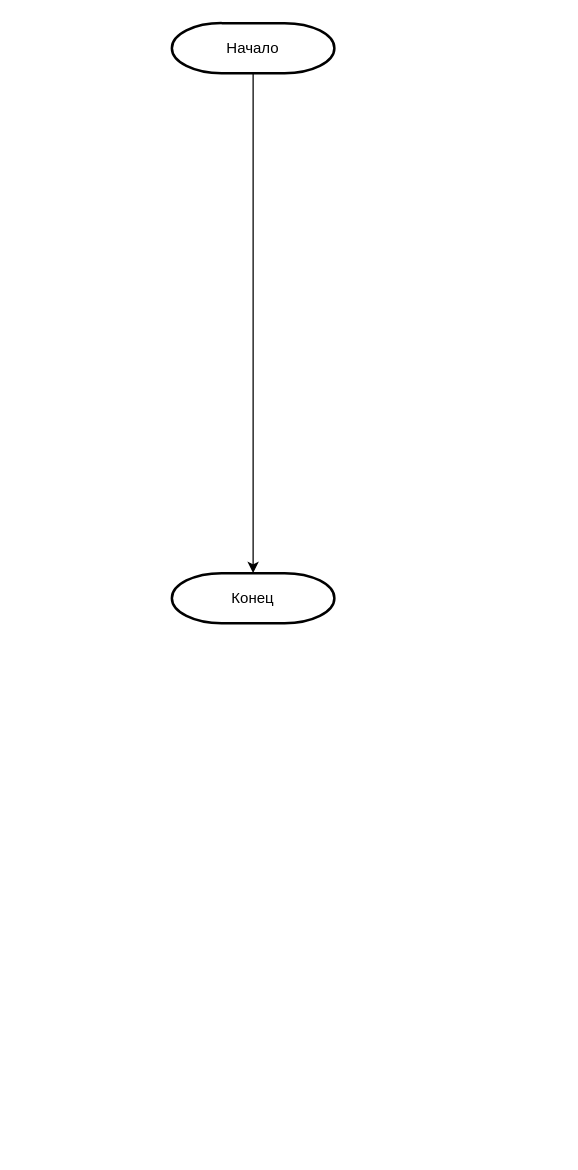
Earlier version of the draw.io diagram Algorithm_OPZ/(1. ВД) Алгоритм Генерация CAPEC.drawio (SmirnovBogdan8/Diplom). Source tidied: cells renumbered, new cells numbered last; positions are measured from the earlier drawing's top-left corner, leaving out a move shared by most shapes. Both pictures are drawn from the tidied source at 125%, with x=0, y=0 at pixel (171, 22).
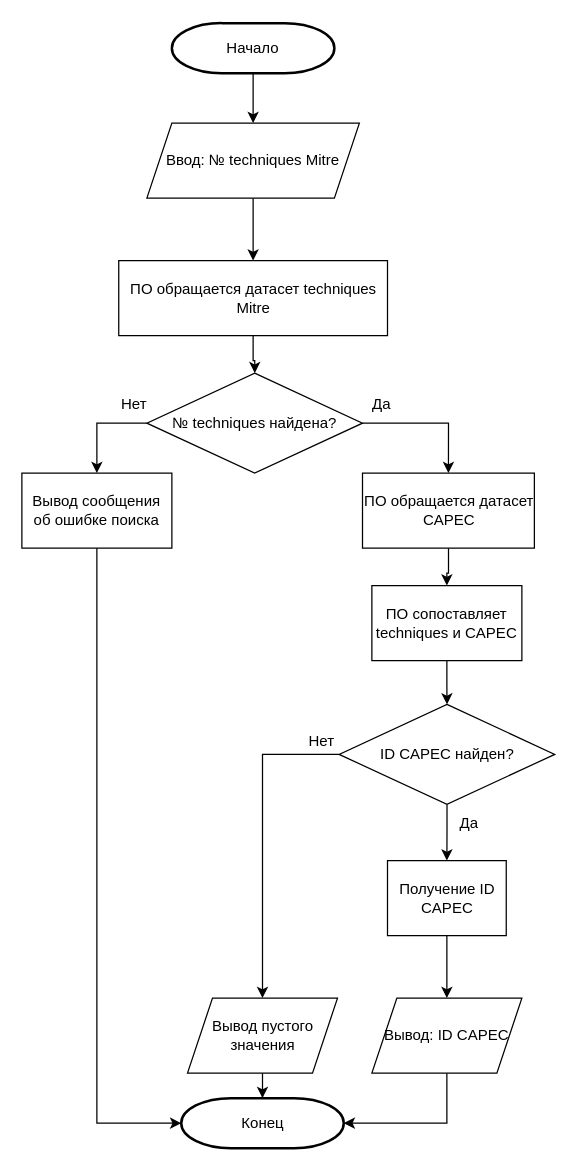
The same page after the edit.

Unchanged cells that the change refers to:
```xml
<mxCell id="3" value="Начало" style="strokeWidth=2;html=1;shape=mxgraph.flowchart.terminator;whiteSpace=wrap;" parent="1" vertex="1">
  <mxGeometry width="130" height="40" as="geometry" />
</mxCell>
```

Change to the diagram source:
```diff
@@
-    <mxCell id="2" style="edgeStyle=orthogonalEdgeStyle;rounded=0;jettySize=auto;html=1;exitX=0.5;exitY=1;exitDx=0;exitDy=0;exitPerimeter=0;" parent="1" edge="1" source="3" target="4">
-      <mxGeometry relative="1" as="geometry" />
-    </mxCell>
+    <mxCell id="5" style="edgeStyle=orthogonalEdgeStyle;rounded=0;jettySize=auto;html=1;" parent="1" edge="1" source="3" target="7">
+      <mxGeometry relative="1" as="geometry" />
+    </mxCell>
@@
     <mxCell id="4" value="Конец" style="strokeWidth=2;html=1;shape=mxgraph.flowchart.terminator;whiteSpace=wrap;" parent="1" vertex="1">
-      <mxGeometry y="440" width="130" height="40" as="geometry" />
+      <mxGeometry x="7.5" y="860" width="130" height="40" as="geometry" />
     </mxCell>
+    <mxCell id="6" style="edgeStyle=orthogonalEdgeStyle;rounded=0;jettySize=auto;html=1;" parent="1" edge="1" source="7" target="11">
+      <mxGeometry relative="1" as="geometry" />
+    </mxCell>
+    <mxCell id="7" value="Ввод: № techniques Mitre" style="shape=parallelogram;perimeter=parallelogramPerimeter;whiteSpace=wrap;html=1;fixedSize=1;" parent="1" vertex="1">
+      <mxGeometry x="-20" y="80" width="170" height="60" as="geometry" />
+    </mxCell>
+    <mxCell id="8" style="edgeStyle=orthogonalEdgeStyle;rounded=0;jettySize=auto;html=1;" parent="1" edge="1" source="9" target="4">
+      <mxGeometry relative="1" as="geometry" />
+    </mxCell>
+    <mxCell id="9" value="Вывод пустого значения" style="shape=parallelogram;perimeter=parallelogramPerimeter;whiteSpace=wrap;html=1;fixedSize=1;" parent="1" vertex="1">
+      <mxGeometry x="12.5" y="780" width="120" height="60" as="geometry" />
+    </mxCell>
+    <mxCell id="10" style="edgeStyle=orthogonalEdgeStyle;rounded=0;jettySize=auto;html=1;" parent="1" edge="1" source="11" target="13">
+      <mxGeometry relative="1" as="geometry" />
+    </mxCell>
+    <mxCell id="11" value="ПО обращается датасет techniques Mitre" style="rounded=0;whiteSpace=wrap;html=1;" parent="1" vertex="1">
+      <mxGeometry x="-42.5" y="190" width="215" height="60" as="geometry" />
+    </mxCell>
+    <mxCell id="12" style="edgeStyle=orthogonalEdgeStyle;rounded=0;jettySize=auto;html=1;exitX=0;exitY=0.5;exitDx=0;exitDy=0;entryX=0.5;entryY=0;entryDx=0;entryDy=0;" parent="1" edge="1" source="13" target="14">
+      <mxGeometry relative="1" as="geometry" />
+    </mxCell>
+    <mxCell id="13" value="№ techniques&amp;nbsp;найдена?" style="rhombus;whiteSpace=wrap;html=1;" parent="1" vertex="1">
+      <mxGeometry x="-20" y="280" width="172.5" height="80" as="geometry" />
+    </mxCell>
+    <mxCell id="14" value="Вывод сообщения об ошибке поиска" style="rounded=0;whiteSpace=wrap;html=1;" parent="1" vertex="1">
+      <mxGeometry x="-120" y="360" width="120" height="60" as="geometry" />
+    </mxCell>
+    <mxCell id="15" style="edgeStyle=orthogonalEdgeStyle;rounded=0;jettySize=auto;html=1;" parent="1" edge="1" source="16" target="27">
+      <mxGeometry relative="1" as="geometry" />
+    </mxCell>
+    <mxCell id="16" value="ПО сопоставляет techniques и CAPEC" style="rounded=0;whiteSpace=wrap;html=1;" parent="1" vertex="1">
+      <mxGeometry x="160" y="450" width="120" height="60" as="geometry" />
+    </mxCell>
+    <mxCell id="17" style="edgeStyle=orthogonalEdgeStyle;rounded=0;jettySize=auto;html=1;" parent="1" edge="1" source="18" target="28">
+      <mxGeometry relative="1" as="geometry" />
+    </mxCell>
+    <mxCell id="18" value="Получение ID CAPEC" style="rounded=0;whiteSpace=wrap;html=1;" parent="1" vertex="1">
+      <mxGeometry x="172.5" y="670" width="95" height="60" as="geometry" />
+    </mxCell>
+    <mxCell id="19" value="Нет" style="text;html=1;align=center;verticalAlign=middle;whiteSpace=wrap;rounded=0;" parent="1" vertex="1">
+      <mxGeometry x="-60" y="290" width="60" height="30" as="geometry" />
+    </mxCell>
+    <mxCell id="20" style="edgeStyle=orthogonalEdgeStyle;rounded=0;jettySize=auto;html=1;exitX=0.25;exitY=1;exitDx=0;exitDy=0;entryX=0.5;entryY=0;entryDx=0;entryDy=0;" parent="1" edge="1" source="21" target="24">
+      <mxGeometry relative="1" as="geometry">
+        <Array as="points">
+          <mxPoint x="221" y="320" />
+        </Array>
+      </mxGeometry>
+    </mxCell>
+    <mxCell id="21" value="Да" style="text;html=1;align=center;verticalAlign=middle;whiteSpace=wrap;rounded=0;" parent="1" vertex="1">
+      <mxGeometry x="137.5" y="290" width="60" height="30" as="geometry" />
+    </mxCell>
+    <mxCell id="22" style="edgeStyle=orthogonalEdgeStyle;rounded=0;jettySize=auto;html=1;exitX=0.5;exitY=1;exitDx=0;exitDy=0;entryX=0;entryY=0.5;entryDx=0;entryDy=0;entryPerimeter=0;" parent="1" edge="1" source="14" target="4">
+      <mxGeometry relative="1" as="geometry" />
+    </mxCell>
+    <mxCell id="23" style="edgeStyle=orthogonalEdgeStyle;rounded=0;jettySize=auto;html=1;" parent="1" edge="1" source="24" target="16">
+      <mxGeometry relative="1" as="geometry" />
+    </mxCell>
+    <mxCell id="24" value="ПО обращается датасет CAPEC" style="rounded=0;whiteSpace=wrap;html=1;" parent="1" vertex="1">
+      <mxGeometry x="152.5" y="360" width="137.5" height="60" as="geometry" />
+    </mxCell>
+    <mxCell id="25" style="edgeStyle=orthogonalEdgeStyle;rounded=0;jettySize=auto;html=1;" parent="1" edge="1" source="27" target="18">
+      <mxGeometry relative="1" as="geometry" />
+    </mxCell>
+    <mxCell id="26" style="edgeStyle=orthogonalEdgeStyle;rounded=0;jettySize=auto;html=1;exitX=0;exitY=0.5;exitDx=0;exitDy=0;entryX=0.5;entryY=0;entryDx=0;entryDy=0;" parent="1" edge="1" source="27" target="9">
+      <mxGeometry relative="1" as="geometry" />
+    </mxCell>
+    <mxCell id="27" value="ID CAPEC найден?" style="rhombus;whiteSpace=wrap;html=1;" parent="1" vertex="1">
+      <mxGeometry x="133.8" y="545" width="172.5" height="80" as="geometry" />
+    </mxCell>
+    <mxCell id="28" value="Вывод: ID CAPEC" style="shape=parallelogram;perimeter=parallelogramPerimeter;whiteSpace=wrap;html=1;fixedSize=1;" parent="1" vertex="1">
+      <mxGeometry x="160" y="780" width="120" height="60" as="geometry" />
+    </mxCell>
+    <mxCell id="29" style="edgeStyle=orthogonalEdgeStyle;rounded=0;jettySize=auto;html=1;entryX=1;entryY=0.5;entryDx=0;entryDy=0;entryPerimeter=0;" parent="1" edge="1" source="28" target="4">
+      <mxGeometry relative="1" as="geometry">
+        <Array as="points">
+          <mxPoint x="220" y="880" />
+        </Array>
+      </mxGeometry>
+    </mxCell>
+    <mxCell id="30" value="Да" style="text;html=1;align=center;verticalAlign=middle;whiteSpace=wrap;rounded=0;" parent="1" vertex="1">
+      <mxGeometry x="207.5" y="625" width="60" height="30" as="geometry" />
+    </mxCell>
+    <mxCell id="31" value="Нет" style="text;html=1;align=center;verticalAlign=middle;whiteSpace=wrap;rounded=0;" parent="1" vertex="1">
+      <mxGeometry x="90" y="560" width="60" height="30" as="geometry" />
+    </mxCell>
```
